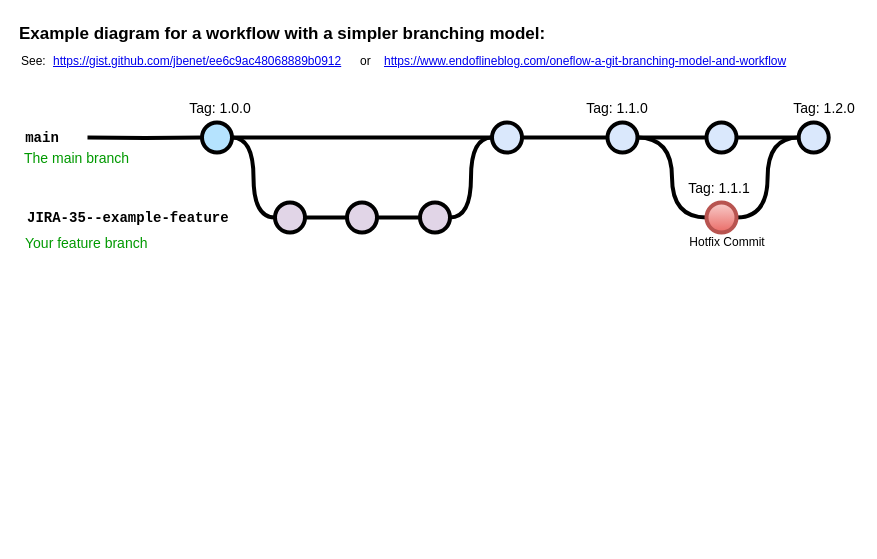
Before: Untitled Diagram.drawio in zrrbite/drawio-diagrams, a draw.io diagram. Source tidied: cells renumbered, new cells numbered last; positions are measured from the earlier drawing's top-left corner, leaving out a move shared by most shapes. Both pictures are drawn from the tidied source at 100%, with x=0, y=0 at pixel (17, 17).
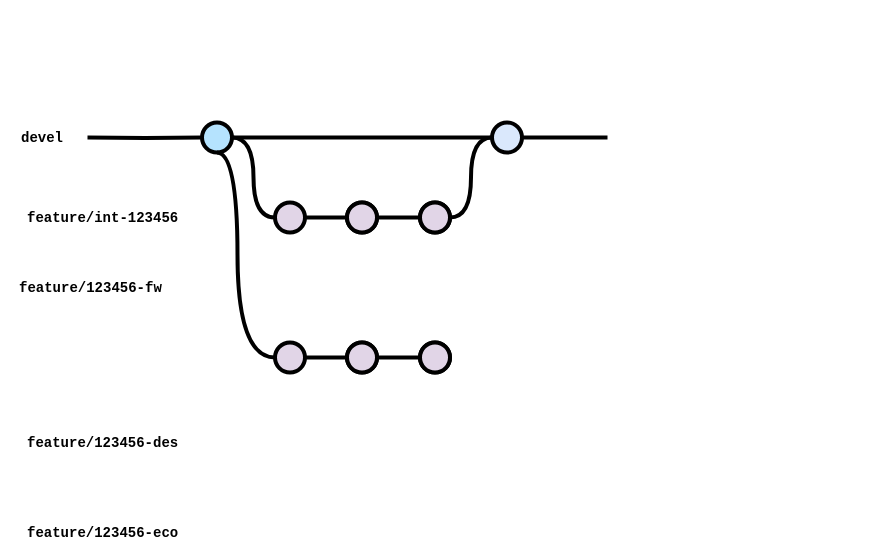
After the change.

Commit message:
cross_team_feature

The change refers to these unchanged cells:
```xml
<mxCell id="7" style="verticalLabelPosition=bottom;verticalAlign=top;html=1;strokeWidth=4;shape=mxgraph.flowchart.on-page_reference;plain-blue;gradientColor=none;fillColor=#B5E3Fe;strokeColor=#000000;" parent="1" vertex="1">
  <mxGeometry x="184.5" y="105" width="30" height="30" as="geometry" />
</mxCell>
<mxCell id="9" style="verticalLabelPosition=bottom;verticalAlign=top;html=1;strokeWidth=4;shape=mxgraph.flowchart.on-page_reference;plain-blue;gradientColor=none;strokeColor=#000000;" parent="1" vertex="1">
  <mxGeometry x="474.5" y="105" width="30" height="30" as="geometry" />
</mxCell>
```

Change to the diagram source:
```diff
@@
-    <mxCell id="2" value="Example diagram for a workflow with a simpler branching model:" style="text;whiteSpace=wrap;html=1;fontStyle=1;fontSize=17;" parent="1" vertex="1">
-      <mxGeometry width="542.2" height="30" as="geometry" />
-    </mxCell>
-    <mxCell id="3" value="&lt;a href=&quot;https://gist.github.com/jbenet/ee6c9ac48068889b0912&quot;&gt;https://gist.github.com/jbenet/ee6c9ac48068889b0912&lt;/a&gt;" style="text;whiteSpace=wrap;html=1;" parent="1" vertex="1">
-      <mxGeometry x="34.2" y="30" width="298" height="20" as="geometry" />
-    </mxCell>
-    <mxCell id="4" value="See:" style="text;whiteSpace=wrap;html=1;" parent="1" vertex="1">
-      <mxGeometry x="1.5" y="30" width="32.8" height="20" as="geometry" />
-    </mxCell>
     <mxCell id="5" style="edgeStyle=orthogonalEdgeStyle;rounded=0;html=1;jettySize=auto;plain-blue;endArrow=none;endFill=0;strokeWidth=4;strokeColor=#000000;" parent="1" edge="1" source="7" target="9">
-      <mxGeometry x="304.5" y="180" as="geometry" />
+      <mxGeometry x="224.5" y="265" as="geometry" />
     </mxCell>
@@
-    <mxCell id="8" style="edgeStyle=orthogonalEdgeStyle;curved=1;rounded=0;jettySize=auto;html=1;endArrow=none;endFill=0;strokeWidth=4;fontFamily=Courier New;fontSize=16;" parent="1" edge="1" source="9" target="12">
-      <mxGeometry relative="1" as="geometry" />
+    <mxCell id="8" style="edgeStyle=orthogonalEdgeStyle;curved=1;rounded=0;jettySize=auto;html=1;endArrow=none;endFill=0;strokeWidth=4;fontFamily=Courier New;fontSize=16;" parent="1" edge="1" source="9">
+      <mxGeometry relative="1" as="geometry">
+        <mxPoint x="590" y="120" as="targetPoint" />
+      </mxGeometry>
     </mxCell>
@@
-    <mxCell id="10" style="edgeStyle=orthogonalEdgeStyle;curved=1;rounded=0;jettySize=auto;html=1;endArrow=none;endFill=0;strokeWidth=4;fontFamily=Courier New;fontSize=16;" parent="1" edge="1" source="12" target="14">
-      <mxGeometry relative="1" as="geometry" />
-    </mxCell>
-    <mxCell id="11" style="edgeStyle=orthogonalEdgeStyle;curved=1;rounded=0;jettySize=auto;html=1;endArrow=none;endFill=0;strokeWidth=4;fontFamily=Courier New;fontSize=16;entryX=0;entryY=0.5;entryDx=0;entryDy=0;entryPerimeter=0;" parent="1" edge="1" source="12" target="32">
-      <mxGeometry relative="1" as="geometry" />
-    </mxCell>
-    <mxCell id="12" style="verticalLabelPosition=bottom;verticalAlign=top;html=1;strokeWidth=4;shape=mxgraph.flowchart.on-page_reference;plain-blue;gradientColor=none;strokeColor=#000000;" parent="1" vertex="1">
-      <mxGeometry x="590" y="105" width="30" height="30" as="geometry" />
-    </mxCell>
-    <mxCell id="13" style="edgeStyle=orthogonalEdgeStyle;curved=1;rounded=0;jettySize=auto;html=1;endArrow=none;endFill=0;strokeWidth=4;fontFamily=Courier New;fontSize=16;" parent="1" edge="1" source="14" target="15">
-      <mxGeometry relative="1" as="geometry" />
-    </mxCell>
-    <mxCell id="14" style="verticalLabelPosition=bottom;verticalAlign=top;html=1;strokeWidth=4;shape=mxgraph.flowchart.on-page_reference;plain-blue;gradientColor=none;strokeColor=#000000;" parent="1" vertex="1">
-      <mxGeometry x="689" y="105" width="30" height="30" as="geometry" />
-    </mxCell>
-    <mxCell id="15" style="verticalLabelPosition=bottom;verticalAlign=top;html=1;strokeWidth=4;shape=mxgraph.flowchart.on-page_reference;plain-blue;gradientColor=none;strokeColor=#000000;" parent="1" vertex="1">
-      <mxGeometry x="781.2" y="105" width="30" height="30" as="geometry" />
-    </mxCell>
     <mxCell id="16" style="edgeStyle=orthogonalEdgeStyle;rounded=0;html=1;jettySize=auto;strokeWidth=4;endArrow=none;endFill=0;" parent="1" edge="1" target="7">
-      <mxGeometry x="204.5" y="180" as="geometry">
+      <mxGeometry x="124.5" y="265" as="geometry">
         <mxPoint x="70" y="120" as="sourcePoint" />
       </mxGeometry>
     </mxCell>
-    <mxCell id="17" value="main" style="text;html=1;strokeColor=none;fillColor=none;align=center;verticalAlign=middle;whiteSpace=wrap;overflow=hidden;fontSize=14;fontStyle=1;fontFamily=Courier New;" parent="1" vertex="1">
+    <mxCell id="17" value="devel" style="text;html=1;strokeColor=none;fillColor=none;align=center;verticalAlign=middle;whiteSpace=wrap;overflow=hidden;fontSize=14;fontStyle=1;fontFamily=Courier New;" parent="1" vertex="1">
       <mxGeometry y="110" width="50" height="20" as="geometry" />
     </mxCell>
@@
-    <mxCell id="24" value="JIRA-35--example-feature" style="text;html=1;strokeColor=none;fillColor=none;align=left;verticalAlign=middle;whiteSpace=wrap;overflow=hidden;fontSize=14;fontStyle=1;fontFamily=Courier New;" parent="1" vertex="1">
+    <mxCell id="24" value="feature/int-123456" style="text;html=1;strokeColor=none;fillColor=none;align=left;verticalAlign=middle;whiteSpace=wrap;overflow=hidden;fontSize=14;fontStyle=1;fontFamily=Courier New;" parent="1" vertex="1">
       <mxGeometry x="7.5" y="190" width="240" height="20" as="geometry" />
     </mxCell>
-    <mxCell id="25" value="The main branch&lt;br&gt;" style="text;html=1;strokeColor=none;fillColor=none;align=left;verticalAlign=middle;whiteSpace=wrap;overflow=hidden;fontSize=14;fontStyle=0;fontColor=#009900;" parent="1" vertex="1">
-      <mxGeometry x="5.2" y="130" width="132.2" height="20" as="geometry" />
-    </mxCell>
-    <mxCell id="26" value="Your feature branch" style="text;html=1;strokeColor=none;fillColor=none;align=left;verticalAlign=middle;whiteSpace=wrap;overflow=hidden;fontSize=14;fontStyle=0;fontColor=#009900;" parent="1" vertex="1">
-      <mxGeometry x="6.2" y="215" width="202.2" height="20" as="geometry" />
-    </mxCell>
-    <mxCell id="27" value="Tag: 1.0.0" style="text;html=1;strokeColor=none;fillColor=none;align=center;verticalAlign=middle;whiteSpace=wrap;overflow=hidden;fontSize=14;" parent="1" vertex="1">
-      <mxGeometry x="168.4" y="80" width="70" height="20" as="geometry" />
-    </mxCell>
-    <mxCell id="28" value="Tag: 1.1.0" style="text;html=1;strokeColor=none;fillColor=none;align=center;verticalAlign=middle;whiteSpace=wrap;overflow=hidden;fontSize=14;" parent="1" vertex="1">
-      <mxGeometry x="564.5" y="80" width="70" height="20" as="geometry" />
-    </mxCell>
-    <mxCell id="29" value="&lt;a href=&quot;https://www.endoflineblog.com/oneflow-a-git-branching-model-and-workflow&quot;&gt;https://www.endoflineblog.com/oneflow-a-git-branching-model-and-workflow&lt;/a&gt;" style="text;whiteSpace=wrap;html=1;" parent="1" vertex="1">
-      <mxGeometry x="364.5" y="30" width="413.8" height="20" as="geometry" />
-    </mxCell>
-    <mxCell id="30" value="or" style="text;whiteSpace=wrap;html=1;" parent="1" vertex="1">
-      <mxGeometry x="340.6" y="30" width="11.6" height="20" as="geometry" />
-    </mxCell>
-    <mxCell id="31" style="edgeStyle=orthogonalEdgeStyle;curved=1;rounded=0;jettySize=auto;html=1;endArrow=none;endFill=0;strokeWidth=4;fontFamily=Courier New;fontSize=16;entryX=0;entryY=0.5;entryDx=0;entryDy=0;entryPerimeter=0;" parent="1" edge="1" source="32" target="15">
-      <mxGeometry relative="1" as="geometry" />
-    </mxCell>
-    <mxCell id="32" style="verticalLabelPosition=bottom;verticalAlign=top;html=1;strokeWidth=4;shape=mxgraph.flowchart.on-page_reference;plain-blue;gradientColor=#EA6B66;strokeColor=#B85450;fillColor=#F8CECC;" parent="1" vertex="1">
-      <mxGeometry x="689" y="185" width="30" height="30" as="geometry" />
-    </mxCell>
-    <mxCell id="33" value="Hotfix Commit" style="text;html=1;strokeColor=none;fillColor=none;align=center;verticalAlign=middle;whiteSpace=wrap;overflow=hidden;" parent="1" vertex="1">
-      <mxGeometry x="669.5" y="210" width="80" height="30" as="geometry" />
-    </mxCell>
-    <mxCell id="34" value="Tag: 1.1.1" style="text;html=1;strokeColor=none;fillColor=none;align=center;verticalAlign=middle;whiteSpace=wrap;overflow=hidden;fontSize=14;" parent="1" vertex="1">
-      <mxGeometry x="666.8" y="160" width="70" height="20" as="geometry" />
-    </mxCell>
-    <mxCell id="35" value="Tag: 1.2.0" style="text;html=1;strokeColor=none;fillColor=none;align=center;verticalAlign=middle;whiteSpace=wrap;overflow=hidden;fontSize=14;" parent="1" vertex="1">
-      <mxGeometry x="772.2" y="80" width="70" height="20" as="geometry" />
-    </mxCell>
+    <mxCell id="36" style="edgeStyle=orthogonalEdgeStyle;curved=1;rounded=0;html=1;entryX=0;entryY=0.5;entryPerimeter=0;endArrow=none;endFill=0;jettySize=auto;strokeWidth=4;fontSize=15;entryDx=0;entryDy=0;exitX=0.5;exitY=1;exitDx=0;exitDy=0;exitPerimeter=0;" parent="1" edge="1" source="7" target="40">
+      <mxGeometry relative="1" as="geometry">
+        <Array as="points">
+          <mxPoint x="220" y="135" />
+          <mxPoint x="220" y="340" />
+        </Array>
+      </mxGeometry>
+    </mxCell>
+    <mxCell id="37" style="verticalLabelPosition=bottom;verticalAlign=top;html=1;strokeWidth=4;shape=mxgraph.flowchart.on-page_reference;plain-purple;gradientColor=none;strokeColor=#000000;" parent="1" vertex="1">
+      <mxGeometry x="402.5" y="185" width="30" height="30" as="geometry" />
+    </mxCell>
+    <mxCell id="38" style="verticalLabelPosition=bottom;verticalAlign=top;html=1;strokeWidth=4;shape=mxgraph.flowchart.on-page_reference;plain-purple;gradientColor=none;strokeColor=#000000;" parent="1" vertex="1">
+      <mxGeometry x="329.5" y="185" width="30" height="30" as="geometry" />
+    </mxCell>
+    <mxCell id="39" style="edgeStyle=orthogonalEdgeStyle;curved=1;rounded=0;html=1;exitX=1;exitY=0.5;exitPerimeter=0;entryX=0;entryY=0.5;entryPerimeter=0;endArrow=none;endFill=0;jettySize=auto;strokeWidth=4;fontSize=15;" parent="1" edge="1" source="40" target="42">
+      <mxGeometry relative="1" as="geometry" />
+    </mxCell>
+    <mxCell id="40" style="verticalLabelPosition=bottom;verticalAlign=top;html=1;strokeWidth=4;shape=mxgraph.flowchart.on-page_reference;plain-purple;gradientColor=none;strokeColor=#000000;" parent="1" vertex="1">
+      <mxGeometry x="257.5" y="325" width="30" height="30" as="geometry" />
+    </mxCell>
+    <mxCell id="41" style="edgeStyle=orthogonalEdgeStyle;curved=1;rounded=0;html=1;exitX=1;exitY=0.5;exitPerimeter=0;entryX=0;entryY=0.5;entryPerimeter=0;endArrow=none;endFill=0;jettySize=auto;strokeWidth=4;fontSize=15;" parent="1" edge="1" source="42" target="43">
+      <mxGeometry relative="1" as="geometry" />
+    </mxCell>
+    <mxCell id="42" style="verticalLabelPosition=bottom;verticalAlign=top;html=1;strokeWidth=4;shape=mxgraph.flowchart.on-page_reference;plain-purple;gradientColor=none;strokeColor=#000000;" parent="1" vertex="1">
+      <mxGeometry x="329.5" y="325" width="30" height="30" as="geometry" />
+    </mxCell>
+    <mxCell id="43" style="verticalLabelPosition=bottom;verticalAlign=top;html=1;strokeWidth=4;shape=mxgraph.flowchart.on-page_reference;plain-purple;gradientColor=none;strokeColor=#000000;" parent="1" vertex="1">
+      <mxGeometry x="402.5" y="325" width="30" height="30" as="geometry" />
+    </mxCell>
+    <mxCell id="44" style="verticalLabelPosition=bottom;verticalAlign=top;html=1;strokeWidth=4;shape=mxgraph.flowchart.on-page_reference;plain-purple;gradientColor=none;strokeColor=#000000;" parent="1" vertex="1">
+      <mxGeometry x="402.5" y="325" width="30" height="30" as="geometry" />
+    </mxCell>
+    <mxCell id="45" style="verticalLabelPosition=bottom;verticalAlign=top;html=1;strokeWidth=4;shape=mxgraph.flowchart.on-page_reference;plain-purple;gradientColor=none;strokeColor=#000000;" parent="1" vertex="1">
+      <mxGeometry x="329.5" y="325" width="30" height="30" as="geometry" />
+    </mxCell>
+    <mxCell id="46" value="feature/123456-fw" style="text;html=1;strokeColor=none;fillColor=none;align=left;verticalAlign=middle;whiteSpace=wrap;overflow=hidden;fontSize=14;fontStyle=1;fontFamily=Courier New;" parent="1" vertex="1">
+      <mxGeometry y="260" width="240" height="20" as="geometry" />
+    </mxCell>
+    <mxCell id="47" value="feature/123456-des" style="text;html=1;strokeColor=none;fillColor=none;align=left;verticalAlign=middle;whiteSpace=wrap;overflow=hidden;fontSize=14;fontStyle=1;fontFamily=Courier New;" parent="1" vertex="1">
+      <mxGeometry x="7.5" y="415" width="240" height="20" as="geometry" />
+    </mxCell>
+    <mxCell id="48" value="feature/123456-eco" style="text;html=1;strokeColor=none;fillColor=none;align=left;verticalAlign=middle;whiteSpace=wrap;overflow=hidden;fontSize=14;fontStyle=1;fontFamily=Courier New;" parent="1" vertex="1">
+      <mxGeometry x="7.5" y="505" width="240" height="20" as="geometry" />
+    </mxCell>
```
